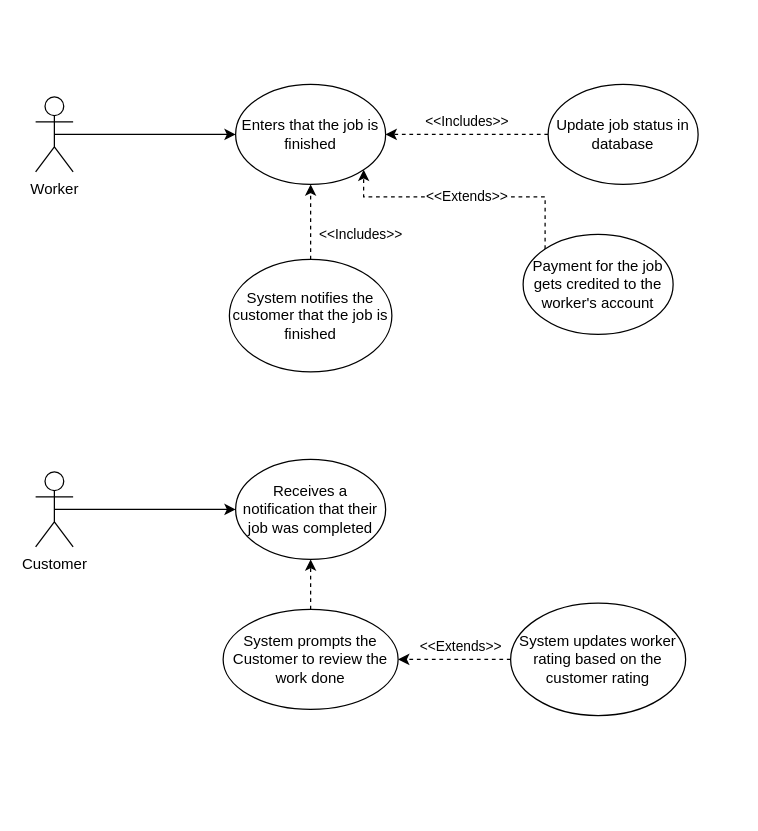
Above: page "Finished job" (3 of 5) of Untitled Diagram.drawio in jdasnake81/cs3450-UseCaseDiagrams (draw.io), before the change. Source tidied: cells renumbered, new cells numbered last; positions are measured from the earlier drawing's top-left corner, leaving out a move shared by most shapes. Both pictures are drawn from the tidied source at 125%, with x=0, y=0 at pixel (35, 84).
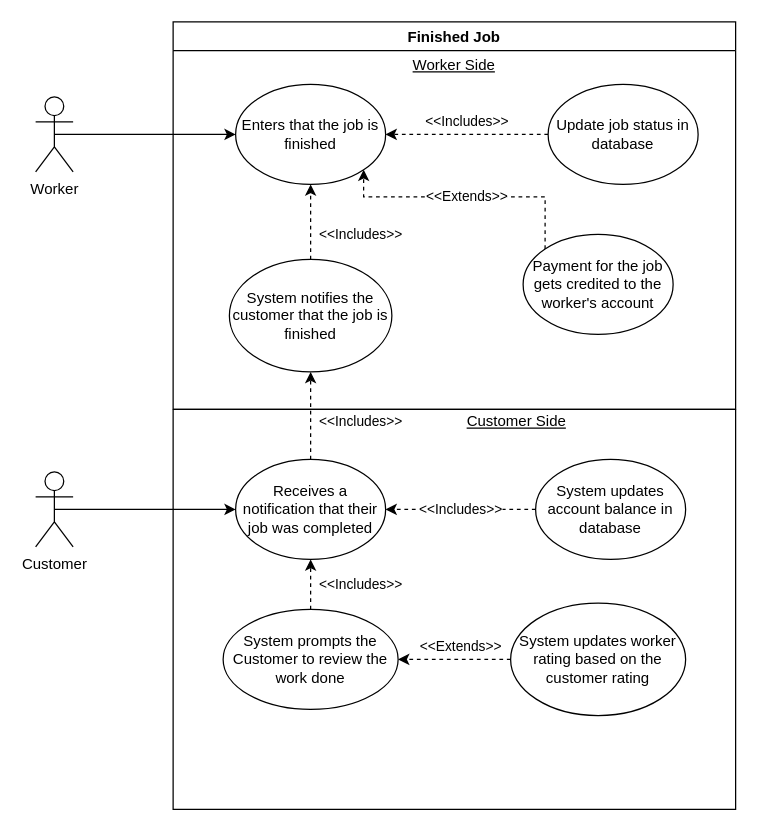
The same diagram, later.

The change refers to these unchanged cells:
```xml
<mxCell id="8" value="System notifies the customer that the job is finished" style="ellipse;whiteSpace=wrap;html=1;" parent="1" vertex="1">
  <mxGeometry x="155" y="140" width="130" height="90" as="geometry" />
</mxCell>
<mxCell id="11" value="Receives a notification that their job was completed" style="ellipse;whiteSpace=wrap;html=1;" parent="1" vertex="1">
  <mxGeometry x="160" y="300" width="120" height="80" as="geometry" />
</mxCell>
<mxCell id="15" value="System prompts the Customer to review the work done" style="ellipse;whiteSpace=wrap;html=1;" parent="1" vertex="1">
  <mxGeometry x="150" y="420" width="140" height="80" as="geometry" />
</mxCell>
```

Change to the diagram source:
```diff
@@
+    <mxCell id="18" value="&amp;lt;&amp;lt;Includes&amp;gt;&amp;gt; " style="edgeStyle=orthogonalEdgeStyle;rounded=0;jettySize=auto;html=1;exitX=0.5;exitY=0;exitDx=0;exitDy=0;entryX=0.5;entryY=1;entryDx=0;entryDy=0;dashed=1;" parent="1" edge="1" source="11" target="8">
+      <mxGeometry x="-0.14" y="-40" relative="1" as="geometry" />
+    </mxCell>
@@
-    <mxCell id="14" style="edgeStyle=orthogonalEdgeStyle;rounded=0;jettySize=auto;html=1;exitX=0.5;exitY=0;exitDx=0;exitDy=0;entryX=0.5;entryY=1;entryDx=0;entryDy=0;dashed=1;" parent="1" edge="1" source="15" target="11">
-      <mxGeometry relative="1" as="geometry" />
+    <mxCell id="14" value="&amp;lt;&amp;lt;Includes&amp;gt;&amp;gt;" style="edgeStyle=orthogonalEdgeStyle;rounded=0;jettySize=auto;html=1;exitX=0.5;exitY=0;exitDx=0;exitDy=0;entryX=0.5;entryY=1;entryDx=0;entryDy=0;dashed=1;" parent="1" edge="1" source="15" target="11">
+      <mxGeometry y="-40" relative="1" as="geometry" />
     </mxCell>
@@
+    <mxCell id="19" style="swimlane;startSize=0;" parent="1" vertex="1">
+      <mxGeometry x="110" y="260" width="450" height="320" as="geometry" />
+    </mxCell>
+    <mxCell id="20" value="Customer Side" style="text;html=1;strokeColor=none;fillColor=none;align=center;verticalAlign=middle;whiteSpace=wrap;rounded=0;fontStyle=4;" parent="19" vertex="1">
+      <mxGeometry x="230" width="90" height="20" as="geometry" />
+    </mxCell>
+    <mxCell id="21" value="System updates account balance in database" style="ellipse;whiteSpace=wrap;html=1;" parent="19" vertex="1">
+      <mxGeometry x="290" y="40" width="120" height="80" as="geometry" />
+    </mxCell>
+    <mxCell id="22" value="Finished Job" style="swimlane;" parent="1" vertex="1">
+      <mxGeometry x="110" y="-50" width="450" height="310" as="geometry" />
+    </mxCell>
+    <mxCell id="23" value="Worker Side" style="text;html=1;strokeColor=none;fillColor=none;align=center;verticalAlign=middle;whiteSpace=wrap;rounded=0;fontStyle=4;" parent="22" vertex="1">
+      <mxGeometry x="176.2" y="30" width="97.5" height="10" as="geometry" />
+    </mxCell>
+    <mxCell id="24" value="&amp;lt;&amp;lt;Includes&amp;gt;&amp;gt;" style="edgeStyle=orthogonalEdgeStyle;rounded=0;jettySize=auto;html=1;exitX=0;exitY=0.5;exitDx=0;exitDy=0;entryX=1;entryY=0.5;entryDx=0;entryDy=0;dashed=1;" parent="1" edge="1" source="21" target="11">
+      <mxGeometry relative="1" as="geometry" />
+    </mxCell>
```
